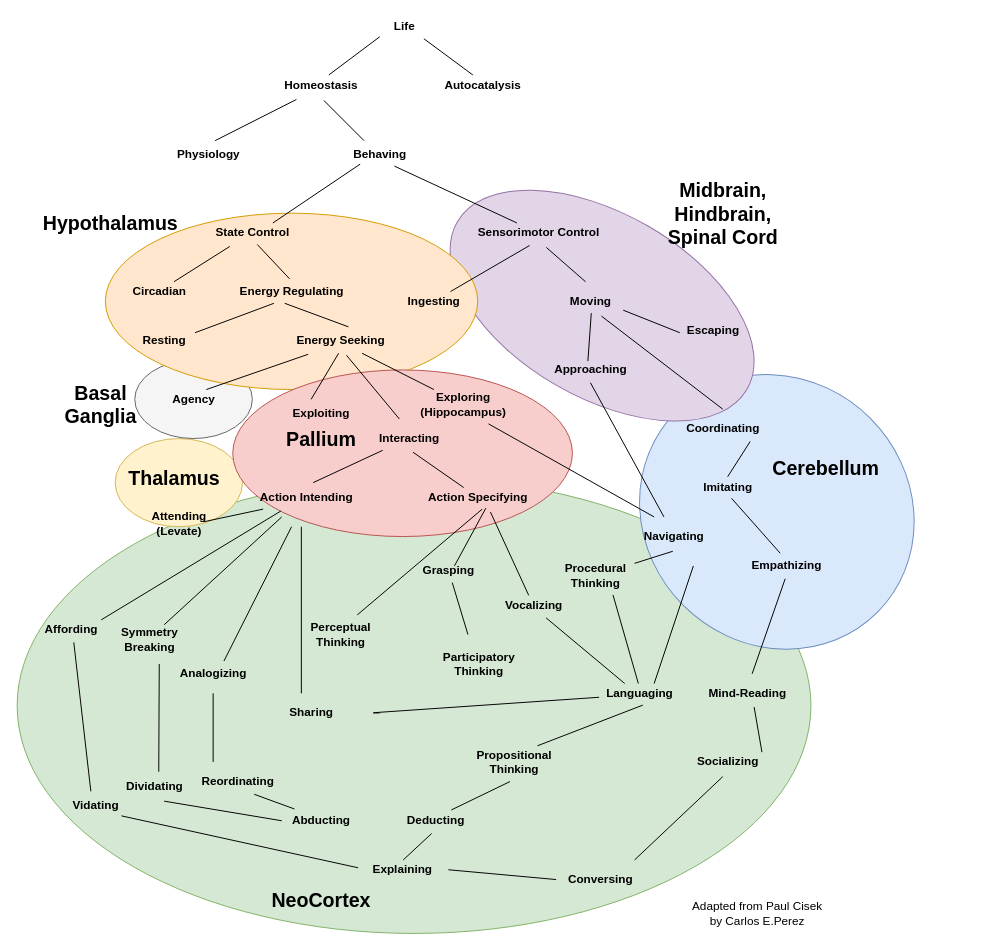
The draw.io diagram cognitive_evolution.drawio in codeaudit/1, before the edit. Source tidied: cells renumbered, new cells numbered last; positions are measured from the earlier drawing's top-left corner, leaving out a move shared by most shapes. Both pictures are drawn from the tidied source at 98%, with x=0, y=0 at pixel (17, 17).
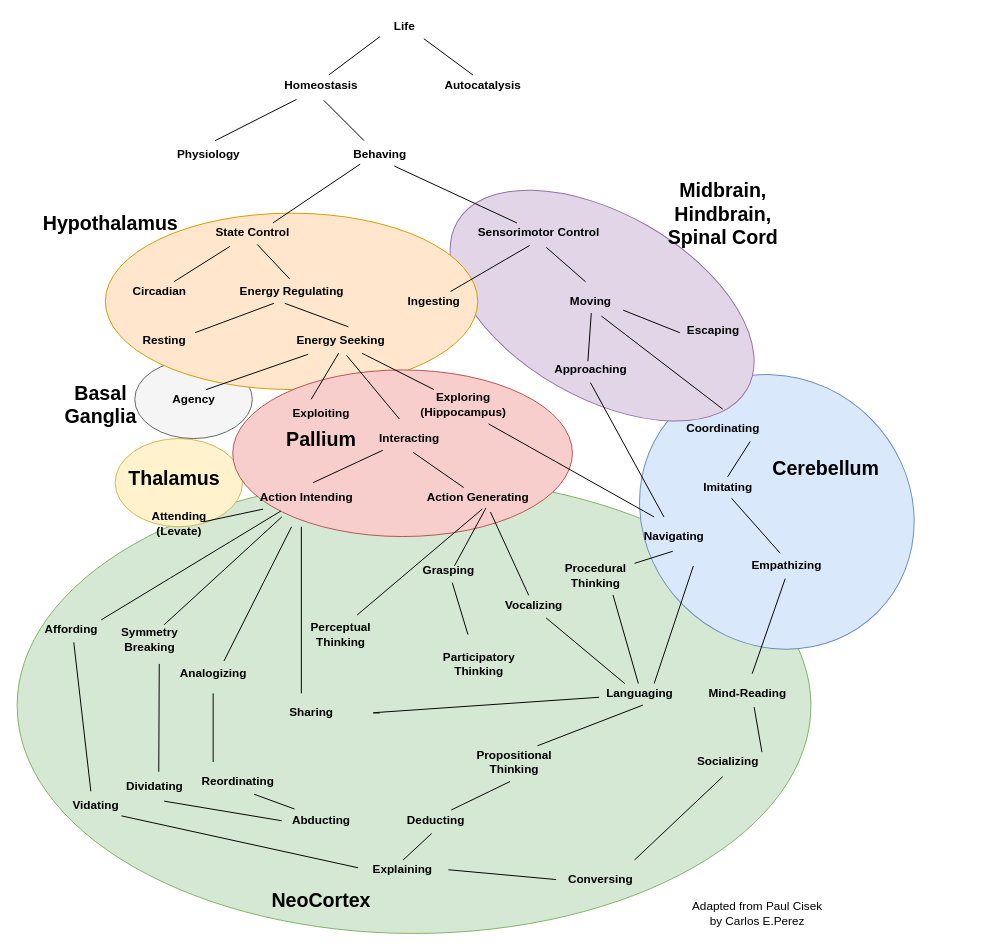
The same diagram, later.

The edit, as a diff of the source:
```diff
@@
-    <mxCell id="29" value="Action Specifying" style="text;html=1;align=center;verticalAlign=middle;points=[];fontStyle=1;" parent="1" vertex="1">
+    <mxCell id="29" value="Action Generating" style="text;html=1;align=center;verticalAlign=middle;points=[];fontStyle=1;" parent="1" vertex="1">
       <mxGeometry x="410" y="480" width="120" height="20" as="geometry" />
     </mxCell>
```
